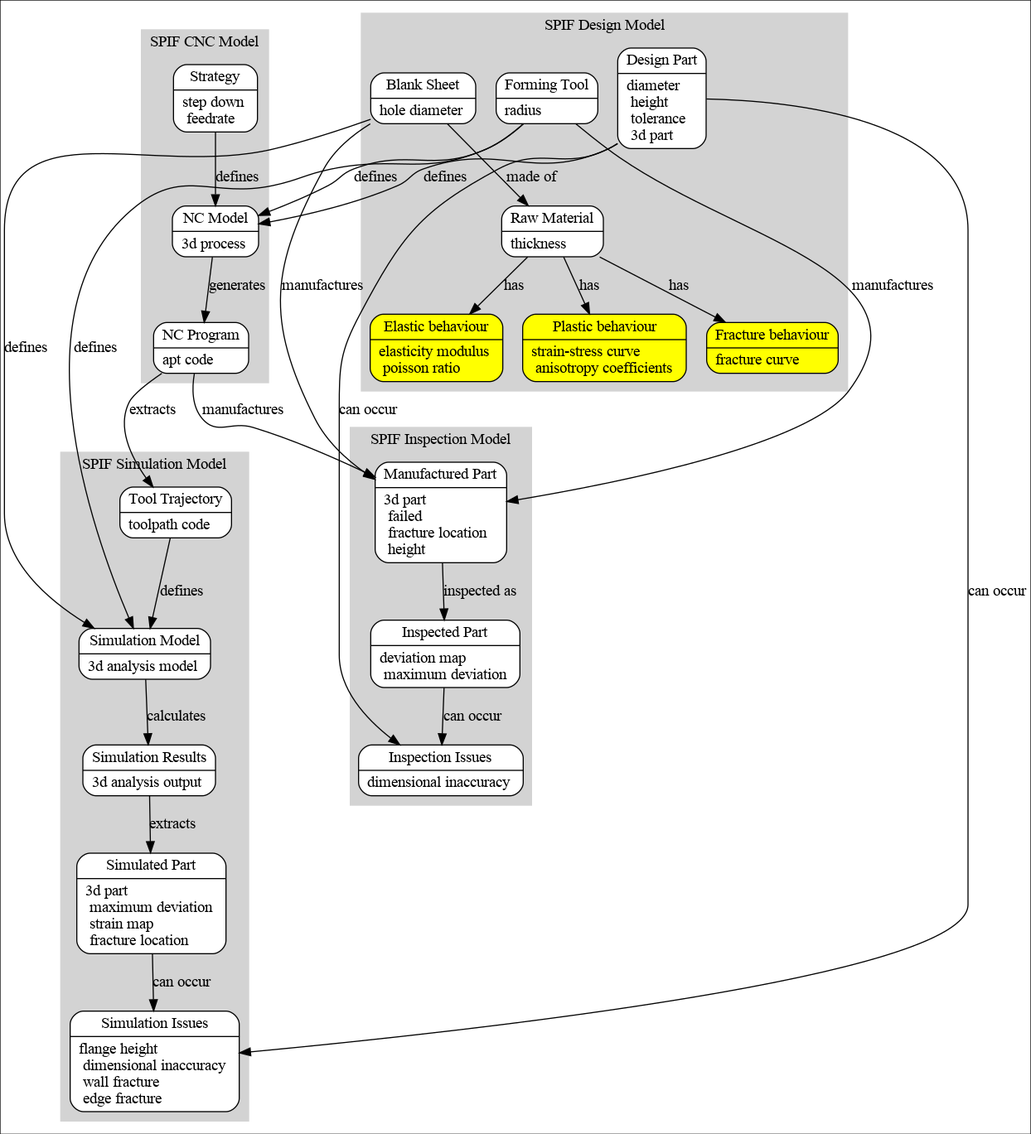
This is Ontology_Layer/Data_Model/data_enriched.gv.png from ModelsforManufacturing/hole-flanging-by-SPIF-in-a-single-stage, a Graphviz export, as it was before one commit. Its source is kept beside it as Ontology_Layer/Data_Model/data_enriched.gv. Source of this version:
```dot
digraph datamodel {
    colorscheme=pastel19
    node [shape=record, style="filled, rounded", fillcolor=white, color=black]

/* DATA MODEL */

    /* SPIF Design Model */
    subgraph clusterParts {
        label="SPIF Design Model"; style=filled; color=lightgrey;

        blank [label="Blank Sheet"]
        raw [label="Raw Material"]
        part [label="Design Part"]
        tool [label="Forming Tool"]
    }
    blank -> raw [label="made of"]

    /* SPIF CNC Model */
    subgraph clusterNC {
        label="SPIF CNC Model"; style=filled; color=lightgrey;

        strategy [label="Strategy"]
        program [label="NC Program"]
        nc [label="NC Model"]
    }

    /* SPIF Simulation Model */
    subgraph clustersimulation {
        label="SPIF Simulation Model"; style=filled; color=lightgrey;

        path [label="Tool Trajectory"]
        sim_model [label="Simulation Model"]
        sim_res [label="Simulation Results"]
        part_sim [label="Simulated Part"]
        iss_sim [label="Simulation Issues"]
    }

    /* SPIF Inspection Model */
    subgraph clusterinspection {
        label="SPIF Inspection Model"; style=filled; color=lightgrey;

        part_manuf [label="Manufactured Part"]
        part_insp [label="Inspected Part"]
        iss_insp [label="Inspection Issues"]
    }

    /* Global relations */
    {part, tool, strategy} -> nc [label="defines"]
    nc -> program [label="generates"]
    {blank, tool, path} -> sim_model [label="defines"]
    sim_model -> sim_res [label="calculates"]
    sim_res -> part_sim [label="extracts"]
    program -> path [label="extracts"]
    {part, part_sim} -> iss_sim [label="can occur"]
    {blank, tool, program} -> part_manuf [label="manufactures"]
    part_manuf -> part_insp [label="inspected as"]
    {part, part_insp} -> iss_insp [label="can occur"]


/* ENRICH DATA MODEL: NEW OBJECTS AND ATTRIBUTES */

    node [fillcolor=yellow1]

    /* SPIF Design Model */
    subgraph clusterParts {
        blank [label="{Blank Sheet | hole diameter \l}"]
        raw [label="{Raw Material | thickness \l}"]
        part [label="{Design Part | diameter \l height \l tolerance \l 3d part \l}"]
        tool [label="{Forming Tool | radius \l}"]

        elastic [label="{Elastic behaviour | elasticity modulus \l poisson ratio \l}"]
        plastic [label="{Plastic behaviour | strain-stress curve \l anisotropy coefficients \l}"]
        fracture [label="{Fracture behaviour | fracture curve \l}"]
    }
    raw -> {elastic, plastic, fracture} [label="has"]

    /* SPIF CNC Model */
    subgraph clusterNC {
        strategy [label="{Strategy | step down \l feedrate \l}"]
        program [label="{NC Program | apt code \l}"]
        nc [label="{NC Model | 3d process \l}"]
    }

    /* SPIF Simulation Model */
    subgraph clustersimulation {
        path [label="{Tool Trajectory | toolpath code \l}"]
        sim_model [label="{Simulation Model | 3d analysis model \l}"]
        sim_res [label="{Simulation Results | 3d analysis output \l}"]
        part_sim [label="{Simulated Part | 3d part \l maximum deviation \l strain map \l fracture location \l}"]
        iss_sim [label="{Simulation Issues | flange height \l dimensional inaccuracy \l wall fracture \l edge fracture \l}"]
    }

    /* SPIF Inspection Model */
    subgraph clusterinspection {
        part_manuf [label="{Manufactured Part | 3d part \l failed \l fracture location \l height \l}"]
        part_insp [label="{Inspected Part | deviation map \l maximum deviation \l}"]
        iss_insp [label="{Inspection Issues | dimensional inaccuracy \l}"]
    }
}
```
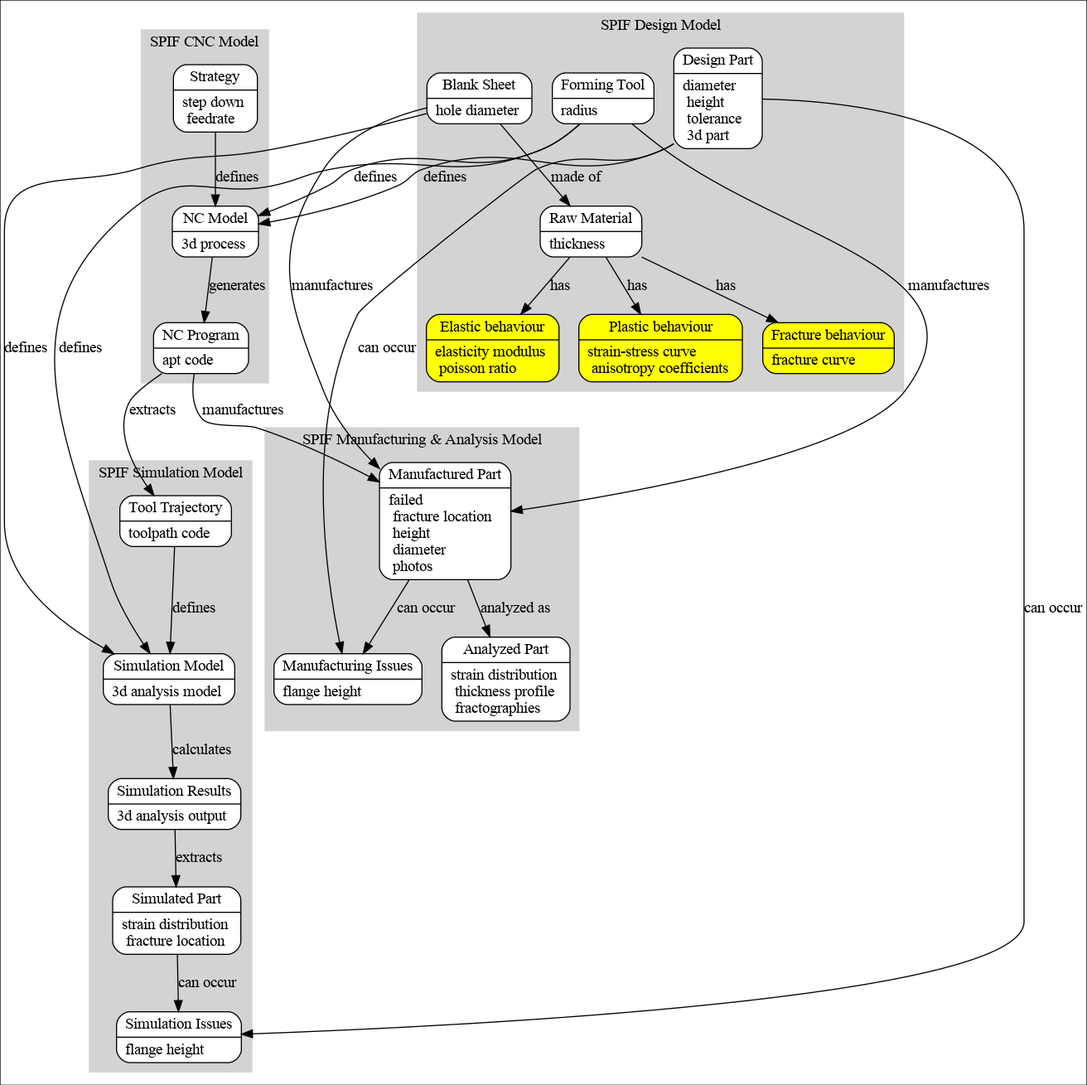
Above is the later version.

Change to the diagram source:
```diff
@@ -35,13 +35,13 @@
         iss_sim [label="Simulation Issues"]
     }
 
-    /* SPIF Inspection Model */
-    subgraph clusterinspection {
-        label="SPIF Inspection Model"; style=filled; color=lightgrey;
+    /* SPIF Manufacturing Model */
+    subgraph clustermanuf {
+        label="SPIF Manufacturing & Analysis Model"; style=filled; color=lightgrey;
 
         part_manuf [label="Manufactured Part"]
-        part_insp [label="Inspected Part"]
-        iss_insp [label="Inspection Issues"]
+        part_anal [label="Analyzed Part"]
+        iss_manuf [label="Manufacturing Issues"]
     }
 
     /* Global relations */
@@ -53,8 +53,8 @@
     program -> path [label="extracts"]
     {part, part_sim} -> iss_sim [label="can occur"]
     {blank, tool, program} -> part_manuf [label="manufactures"]
-    part_manuf -> part_insp [label="inspected as"]
-    {part, part_insp} -> iss_insp [label="can occur"]
+    part_manuf -> part_anal [label="analyzed as"]
+    {part, part_manuf} -> iss_manuf [label="can occur"]
 
 
 /* ENRICH DATA MODEL: NEW OBJECTS AND ATTRIBUTES */
@@ -86,14 +86,14 @@
         path [label="{Tool Trajectory | toolpath code \l}"]
         sim_model [label="{Simulation Model | 3d analysis model \l}"]
         sim_res [label="{Simulation Results | 3d analysis output \l}"]
-        part_sim [label="{Simulated Part | 3d part \l maximum deviation \l strain map \l fracture location \l}"]
-        iss_sim [label="{Simulation Issues | flange height \l dimensional inaccuracy \l wall fracture \l edge fracture \l}"]
+        part_sim [label="{Simulated Part | strain distribution \l fracture location \l}"]
+        iss_sim [label="{Simulation Issues | flange height \l}"]
     }
 
-    /* SPIF Inspection Model */
-    subgraph clusterinspection {
-        part_manuf [label="{Manufactured Part | 3d part \l failed \l fracture location \l height \l}"]
-        part_insp [label="{Inspected Part | deviation map \l maximum deviation \l}"]
-        iss_insp [label="{Inspection Issues | dimensional inaccuracy \l}"]
+    /* SPIF Manufacturing Model */
+    subgraph clustermanuf {
+        part_manuf [label="{Manufactured Part | failed \l fracture location \l height \l diameter \l photos \l}"]
+        part_anal [label="{Analyzed Part | strain distribution \l thickness profile \l fractographies \l}"]
+        iss_manuf [label="{Manufacturing Issues | flange height \l}"]
     }
 }
```
